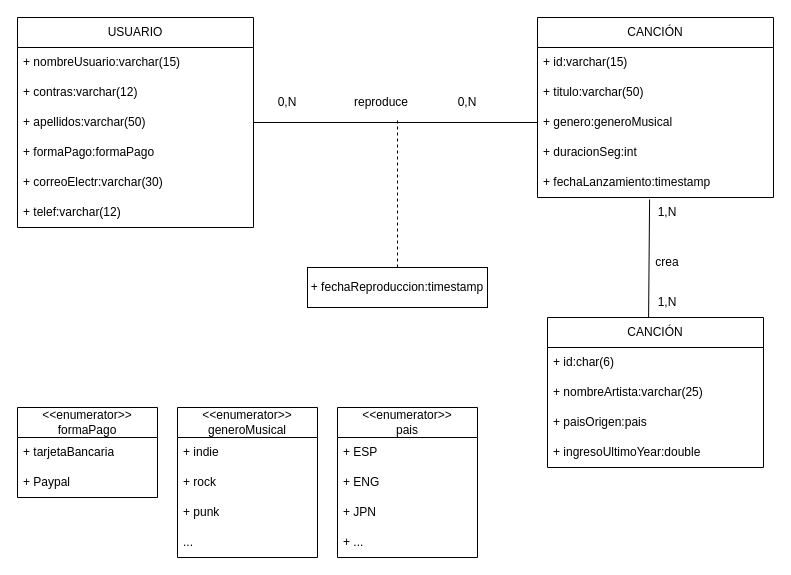
Above: Práctica 1/test.drawio in NyanCat6886/BasesDeDatosETSITGC (draw.io), before the change. Source tidied: cells renumbered, new cells numbered last; positions are measured from the earlier drawing's top-left corner, leaving out a move shared by most shapes. Both pictures are drawn from the tidied source at 100%, with x=0, y=0 at pixel (17, 17).
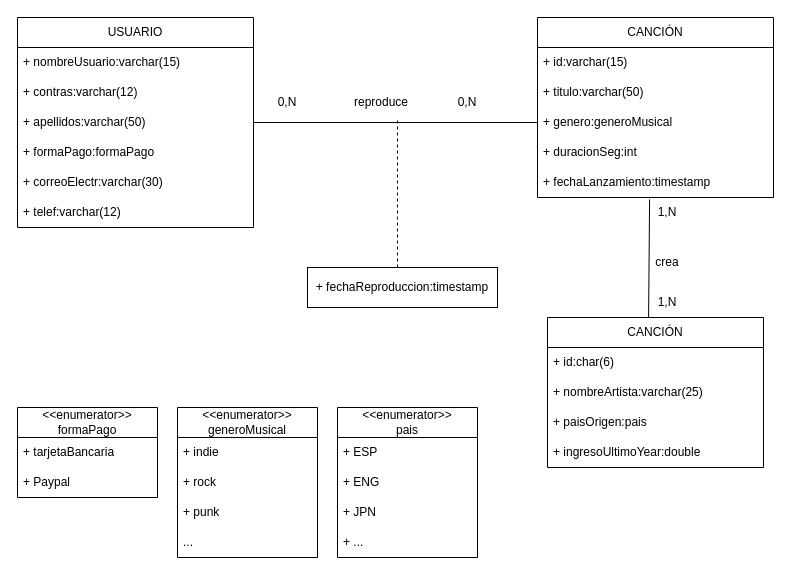
The same diagram, later.

The edit, as a diff of the source:
```diff
@@
+    <mxCell id="43" style="edgeStyle=none;curved=1;rounded=0;jettySize=auto;html=1;exitX=1;exitY=0.5;exitDx=0;exitDy=0;fontSize=12;startSize=8;endSize=8;" parent="1" edge="1" source="39">
+      <mxGeometry relative="1" as="geometry">
+        <mxPoint x="480" y="270" as="targetPoint" />
+      </mxGeometry>
+    </mxCell>
     <mxCell id="39" value="+ fechaReproduccion:timestamp" style="rounded=0;whiteSpace=wrap;html=1;fillColor=none;" parent="1" vertex="1">
-      <mxGeometry x="290" y="250" width="180" height="40" as="geometry" />
+      <mxGeometry x="290" y="250" width="190" height="40" as="geometry" />
     </mxCell>
```
